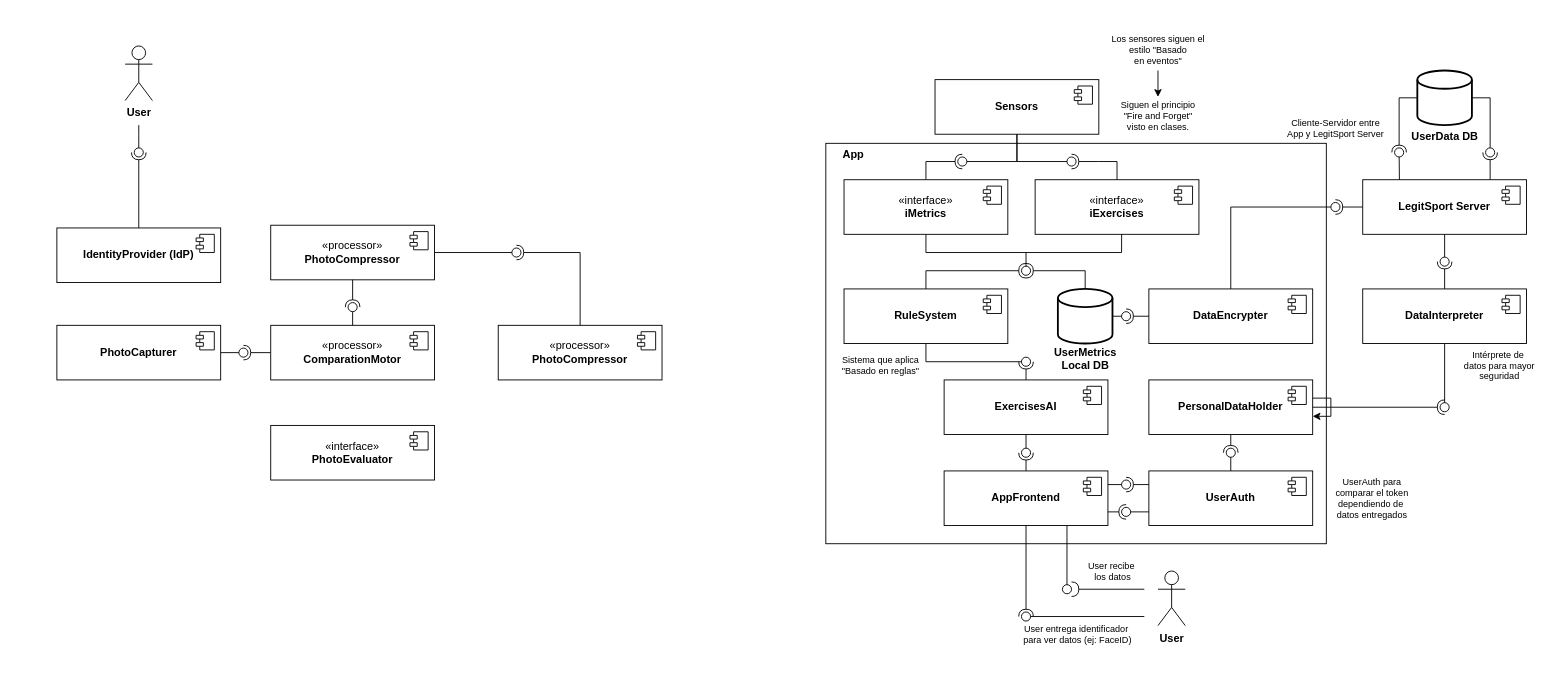
Before: Diagrama sin título.drawio in dgolzm/E1-2024-2, a draw.io diagram. Source tidied: cells renumbered, new cells numbered last; positions are measured from the earlier drawing's top-left corner, leaving out a move shared by most shapes. Both pictures are drawn from the tidied source at 91%, with x=0, y=0 at pixel (56, 15).
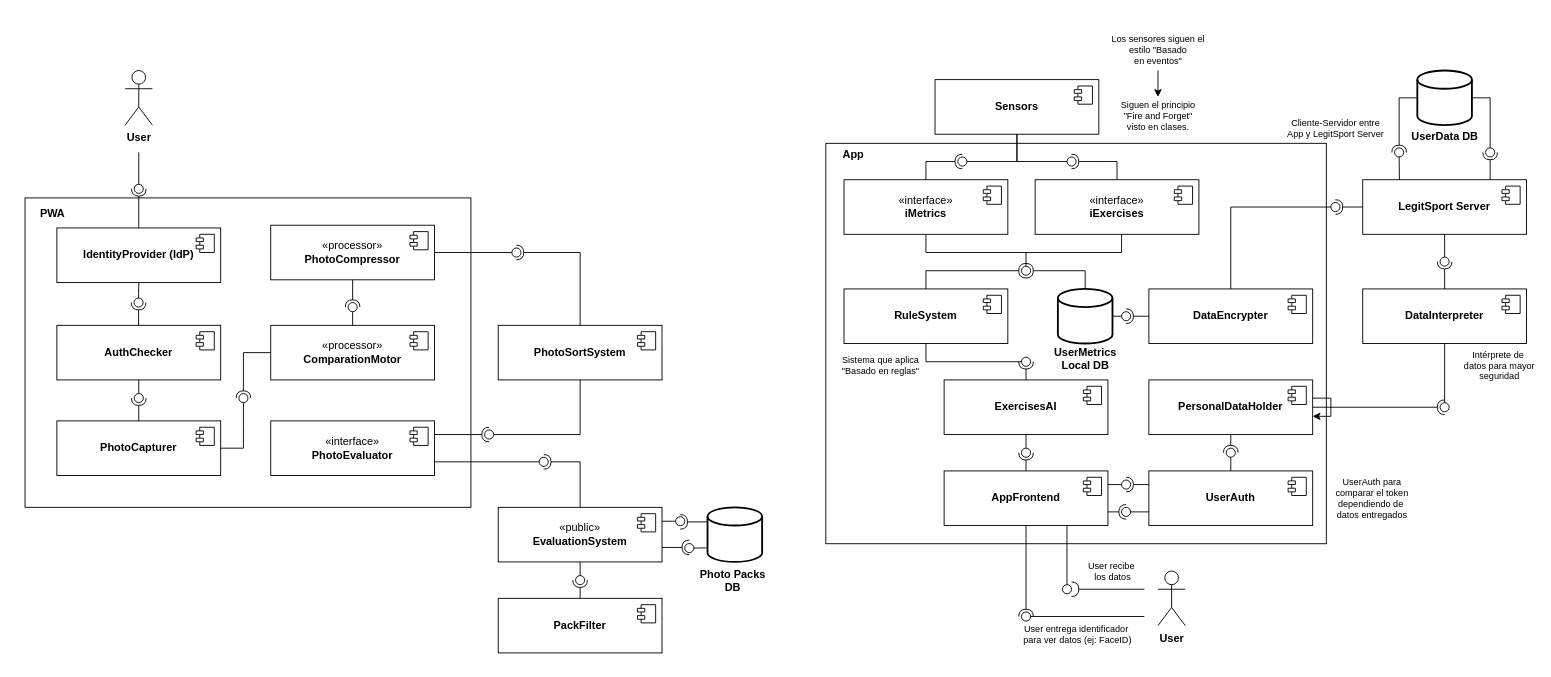
The same diagram, later.

The change refers to these unchanged cells:
```xml
<mxCell id="93" value="&lt;b&gt;IdentityProvider (IdP)&lt;/b&gt;" style="html=1;whiteSpace=wrap;" parent="1" vertex="1">
  <mxGeometry y="233" width="180" height="60" as="geometry" />
</mxCell>
<mxCell id="101" value="«processor»&lt;br&gt;&lt;b&gt;ComparationMotor&lt;/b&gt;" style="html=1;whiteSpace=wrap;" parent="1" vertex="1">
  <mxGeometry x="235" y="340" width="180" height="60" as="geometry" />
</mxCell>
```

The edit, as a diff of the source:
```diff
@@
+    <mxCell id="114" style="html=1;whiteSpace=wrap;" parent="1" vertex="1">
+      <mxGeometry x="-35" y="200" width="490" height="340" as="geometry" />
+    </mxCell>
@@
     <mxCell id="92" value="&lt;b&gt;User&lt;/b&gt;" style="shape=umlActor;verticalLabelPosition=bottom;verticalAlign=top;html=1;" parent="1" vertex="1">
-      <mxGeometry x="75" y="33" width="30" height="60" as="geometry" />
+      <mxGeometry x="75" y="60" width="30" height="60" as="geometry" />
     </mxCell>
@@
     <mxCell id="95" style="rounded=0;jettySize=auto;html=1;endArrow=halfCircle;endFill=0;endSize=6;strokeWidth=1;sketch=0;exitX=0.5;exitY=0;exitDx=0;exitDy=0;" parent="1" edge="1" source="93">
       <mxGeometry relative="1" as="geometry">
-        <mxPoint x="90" y="150" as="targetPoint" />
+        <mxPoint x="90" y="190" as="targetPoint" />
       </mxGeometry>
     </mxCell>
     <mxCell id="96" style="rounded=0;orthogonalLoop=1;jettySize=auto;html=1;endArrow=oval;endFill=0;sketch=0;sourcePerimeterSpacing=0;targetPerimeterSpacing=0;endSize=10;" parent="1" edge="1">
       <mxGeometry relative="1" as="geometry">
-        <mxPoint x="90" y="120" as="sourcePoint" />
-        <mxPoint x="90" y="150" as="targetPoint" />
-        <Array as="points">
-          <mxPoint x="90" y="130" />
-        </Array>
+        <mxPoint x="90" y="150" as="sourcePoint" />
+        <mxPoint x="90" y="190" as="targetPoint" />
       </mxGeometry>
     </mxCell>
     <mxCell id="97" value="&lt;b&gt;PhotoCapturer&lt;/b&gt;" style="html=1;whiteSpace=wrap;" parent="1" vertex="1">
-      <mxGeometry y="340" width="180" height="60" as="geometry" />
+      <mxGeometry y="445" width="180" height="60" as="geometry" />
     </mxCell>
@@
     <mxCell id="99" style="rounded=0;jettySize=auto;html=1;endArrow=halfCircle;endFill=0;endSize=6;strokeWidth=1;sketch=0;exitX=0;exitY=0.5;exitDx=0;exitDy=0;" parent="1" edge="1" source="101">
       <mxGeometry relative="1" as="geometry">
-        <mxPoint x="205" y="370" as="targetPoint" />
+        <mxPoint x="205" y="420" as="targetPoint" />
+        <Array as="points">
+          <mxPoint x="205" y="370" />
+        </Array>
       </mxGeometry>
     </mxCell>
     <mxCell id="100" style="rounded=0;jettySize=auto;html=1;endArrow=oval;endFill=0;sketch=0;sourcePerimeterSpacing=0;targetPerimeterSpacing=0;endSize=10;exitX=1;exitY=0.5;exitDx=0;exitDy=0;" parent="1" edge="1" source="97">
       <mxGeometry relative="1" as="geometry">
-        <mxPoint x="205" y="370" as="targetPoint" />
+        <mxPoint x="205" y="420" as="targetPoint" />
+        <Array as="points">
+          <mxPoint x="205" y="475" />
+          <mxPoint x="205" y="450" />
+        </Array>
       </mxGeometry>
     </mxCell>
@@
     <mxCell id="103" value="«interface»&lt;br&gt;&lt;b&gt;PhotoEvaluator&lt;/b&gt;" style="html=1;whiteSpace=wrap;" parent="1" vertex="1">
-      <mxGeometry x="235" y="450" width="180" height="60" as="geometry" />
+      <mxGeometry x="235" y="445" width="180" height="60" as="geometry" />
     </mxCell>
@@
-    <mxCell id="109" value="«processor»&lt;br&gt;&lt;b&gt;PhotoCompressor&lt;/b&gt;" style="html=1;whiteSpace=wrap;" parent="1" vertex="1">
+    <mxCell id="109" value="&lt;b&gt;PhotoSortSystem&lt;/b&gt;" style="html=1;whiteSpace=wrap;" parent="1" vertex="1">
       <mxGeometry x="485" y="340" width="180" height="60" as="geometry" />
     </mxCell>
@@
+    <mxCell id="115" style="rounded=0;jettySize=auto;html=1;endArrow=halfCircle;endFill=0;endSize=6;strokeWidth=1;sketch=0;exitX=1;exitY=0.25;exitDx=0;exitDy=0;" parent="1" edge="1" source="103">
+      <mxGeometry relative="1" as="geometry">
+        <mxPoint x="475" y="460" as="targetPoint" />
+      </mxGeometry>
+    </mxCell>
+    <mxCell id="116" style="rounded=0;jettySize=auto;html=1;endArrow=oval;endFill=0;sketch=0;sourcePerimeterSpacing=0;targetPerimeterSpacing=0;endSize=10;exitX=0.5;exitY=1;exitDx=0;exitDy=0;" parent="1" edge="1" source="109">
+      <mxGeometry relative="1" as="geometry">
+        <mxPoint x="475" y="460" as="targetPoint" />
+        <Array as="points">
+          <mxPoint x="575" y="460" />
+        </Array>
+      </mxGeometry>
+    </mxCell>
+    <mxCell id="117" style="ellipse;whiteSpace=wrap;html=1;align=center;fillColor=none;strokeColor=none;perimeter=centerPerimeter;" parent="1" vertex="1">
+      <mxGeometry x="410" y="350" width="10" height="10" as="geometry" />
+    </mxCell>
+    <mxCell id="118" style="rounded=0;jettySize=auto;html=1;endArrow=oval;endFill=0;sketch=0;sourcePerimeterSpacing=0;targetPerimeterSpacing=0;endSize=10;exitX=1;exitY=0.75;exitDx=0;exitDy=0;" parent="1" edge="1" source="103">
+      <mxGeometry relative="1" as="geometry">
+        <mxPoint x="535" y="490" as="targetPoint" />
+        <Array as="points">
+          <mxPoint x="465" y="490" />
+        </Array>
+      </mxGeometry>
+    </mxCell>
+    <mxCell id="119" style="strokeWidth=2;html=1;shape=mxgraph.flowchart.database;whiteSpace=wrap;" parent="1" vertex="1">
+      <mxGeometry x="715" y="540" width="60" height="60" as="geometry" />
+    </mxCell>
+    <mxCell id="120" style="rounded=0;orthogonalLoop=1;jettySize=auto;html=1;endArrow=oval;endFill=0;sketch=0;sourcePerimeterSpacing=0;targetPerimeterSpacing=0;endSize=10;exitX=1;exitY=0.25;exitDx=0;exitDy=0;" parent="1" edge="1">
+      <mxGeometry relative="1" as="geometry">
+        <mxPoint x="665" y="555.3" as="sourcePoint" />
+        <mxPoint x="685" y="555.3" as="targetPoint" />
+        <Array as="points">
+          <mxPoint x="685" y="555.3" />
+        </Array>
+      </mxGeometry>
+    </mxCell>
+    <mxCell id="121" style="rounded=0;jettySize=auto;html=1;endArrow=halfCircle;endFill=0;endSize=6;strokeWidth=1;sketch=0;exitX=0;exitY=0.267;exitDx=0;exitDy=0;exitPerimeter=0;" parent="1" edge="1" source="119">
+      <mxGeometry relative="1" as="geometry">
+        <mxPoint x="685" y="556" as="targetPoint" />
+      </mxGeometry>
+    </mxCell>
+    <mxCell id="122" style="rounded=0;jettySize=auto;html=1;endArrow=oval;endFill=0;sketch=0;sourcePerimeterSpacing=0;targetPerimeterSpacing=0;endSize=10;exitX=-0.014;exitY=0.743;exitDx=0;exitDy=0;exitPerimeter=0;" parent="1" edge="1" source="119">
+      <mxGeometry relative="1" as="geometry">
+        <mxPoint x="695" y="584.8" as="targetPoint" />
+        <Array as="points">
+          <mxPoint x="695" y="584.8" />
+        </Array>
+      </mxGeometry>
+    </mxCell>
+    <mxCell id="123" style="rounded=0;orthogonalLoop=1;jettySize=auto;html=1;endArrow=halfCircle;endFill=0;endSize=6;strokeWidth=1;sketch=0;exitX=1;exitY=0.729;exitDx=0;exitDy=0;exitPerimeter=0;" parent="1" edge="1">
+      <mxGeometry relative="1" as="geometry">
+        <mxPoint x="665" y="584.1" as="sourcePoint" />
+        <mxPoint x="695" y="584" as="targetPoint" />
+      </mxGeometry>
+    </mxCell>
+    <mxCell id="124" value="&lt;div&gt;«public»&lt;br&gt;&lt;/div&gt;&lt;b&gt;EvaluationSystem&lt;/b&gt;" style="html=1;whiteSpace=wrap;" parent="1" vertex="1">
+      <mxGeometry x="485" y="540" width="180" height="60" as="geometry" />
+    </mxCell>
+    <mxCell id="125" style="shape=module;jettyWidth=8;jettyHeight=4;" parent="124" vertex="1">
+      <mxGeometry x="1" width="20" height="20" relative="1" as="geometry">
+        <mxPoint x="-27" y="7" as="offset" />
+      </mxGeometry>
+    </mxCell>
+    <mxCell id="126" style="rounded=0;jettySize=auto;html=1;endArrow=halfCircle;endFill=0;endSize=6;strokeWidth=1;sketch=0;exitX=0.5;exitY=0;exitDx=0;exitDy=0;" parent="1" edge="1" source="124">
+      <mxGeometry relative="1" as="geometry">
+        <mxPoint x="535" y="490" as="targetPoint" />
+        <Array as="points">
+          <mxPoint x="575" y="490" />
+        </Array>
+      </mxGeometry>
+    </mxCell>
+    <mxCell id="127" value="PWA" style="text;align=center;fontStyle=1;verticalAlign=middle;spacingLeft=3;spacingRight=3;strokeColor=none;html=1;" parent="1" vertex="1">
+      <mxGeometry x="-45" y="204" width="80" height="26" as="geometry" />
+    </mxCell>
+    <mxCell id="128" value="&lt;b&gt;PackFilter&lt;/b&gt;" style="html=1;whiteSpace=wrap;" parent="1" vertex="1">
+      <mxGeometry x="485" y="640" width="180" height="60" as="geometry" />
+    </mxCell>
+    <mxCell id="129" style="shape=module;jettyWidth=8;jettyHeight=4;" parent="128" vertex="1">
+      <mxGeometry x="1" width="20" height="20" relative="1" as="geometry">
+        <mxPoint x="-27" y="7" as="offset" />
+      </mxGeometry>
+    </mxCell>
+    <mxCell id="130" style="rounded=0;jettySize=auto;html=1;endArrow=halfCircle;endFill=0;endSize=6;strokeWidth=1;sketch=0;exitX=0.5;exitY=0;exitDx=0;exitDy=0;" parent="1" edge="1" source="128">
+      <mxGeometry relative="1" as="geometry">
+        <mxPoint x="575" y="620" as="targetPoint" />
+        <Array as="points">
+          <mxPoint x="575" y="620" />
+        </Array>
+      </mxGeometry>
+    </mxCell>
+    <mxCell id="131" style="rounded=0;jettySize=auto;html=1;endArrow=oval;endFill=0;sketch=0;sourcePerimeterSpacing=0;targetPerimeterSpacing=0;endSize=10;exitX=0.5;exitY=1;exitDx=0;exitDy=0;" parent="1" edge="1" source="124">
+      <mxGeometry relative="1" as="geometry">
+        <mxPoint x="575" y="620" as="targetPoint" />
+      </mxGeometry>
+    </mxCell>
+    <mxCell id="132" value="&lt;div style=&quot;text-align: center;&quot;&gt;&lt;span style=&quot;text-wrap: nowrap;&quot;&gt;&lt;b&gt;Photo Packs&lt;/b&gt;&lt;/span&gt;&lt;/div&gt;&lt;div style=&quot;text-align: center;&quot;&gt;&lt;span style=&quot;text-wrap: nowrap;&quot;&gt;&lt;b&gt;DB&lt;/b&gt;&lt;/span&gt;&lt;/div&gt;" style="text;whiteSpace=wrap;html=1;" parent="1" vertex="1">
+      <mxGeometry x="705" y="600" width="60" height="40" as="geometry" />
+    </mxCell>
+    <mxCell id="133" value="&lt;b&gt;AuthChecker&lt;/b&gt;" style="html=1;whiteSpace=wrap;" parent="1" vertex="1">
+      <mxGeometry y="340" width="180" height="60" as="geometry" />
+    </mxCell>
+    <mxCell id="134" style="shape=module;jettyWidth=8;jettyHeight=4;" parent="133" vertex="1">
+      <mxGeometry x="1" width="20" height="20" relative="1" as="geometry">
+        <mxPoint x="-27" y="7" as="offset" />
+      </mxGeometry>
+    </mxCell>
+    <mxCell id="135" style="rounded=0;jettySize=auto;html=1;endArrow=oval;endFill=0;sketch=0;sourcePerimeterSpacing=0;targetPerimeterSpacing=0;endSize=10;exitX=0.5;exitY=1;exitDx=0;exitDy=0;" parent="1" edge="1" source="133">
+      <mxGeometry relative="1" as="geometry">
+        <mxPoint x="90" y="420" as="targetPoint" />
+        <Array as="points">
+          <mxPoint x="90" y="410" />
+        </Array>
+      </mxGeometry>
+    </mxCell>
+    <mxCell id="136" style="rounded=0;jettySize=auto;html=1;endArrow=halfCircle;endFill=0;endSize=6;strokeWidth=1;sketch=0;exitX=0.5;exitY=0;exitDx=0;exitDy=0;" parent="1" edge="1" source="97">
+      <mxGeometry relative="1" as="geometry">
+        <mxPoint x="90" y="420" as="targetPoint" />
+      </mxGeometry>
+    </mxCell>
+    <mxCell id="137" style="rounded=0;jettySize=auto;html=1;endArrow=oval;endFill=0;sketch=0;sourcePerimeterSpacing=0;targetPerimeterSpacing=0;endSize=10;exitX=0.5;exitY=1;exitDx=0;exitDy=0;" parent="1" edge="1" source="93">
+      <mxGeometry relative="1" as="geometry">
+        <mxPoint x="89.8" y="315" as="targetPoint" />
+        <Array as="points">
+          <mxPoint x="89.8" y="305" />
+        </Array>
+      </mxGeometry>
+    </mxCell>
+    <mxCell id="138" style="rounded=0;orthogonalLoop=1;jettySize=auto;html=1;endArrow=halfCircle;endFill=0;endSize=6;strokeWidth=1;sketch=0;exitX=0.5;exitY=0;exitDx=0;exitDy=0;" parent="1" edge="1">
+      <mxGeometry relative="1" as="geometry">
+        <mxPoint x="89.8" y="340" as="sourcePoint" />
+        <mxPoint x="89.8" y="315" as="targetPoint" />
+      </mxGeometry>
+    </mxCell>
```
